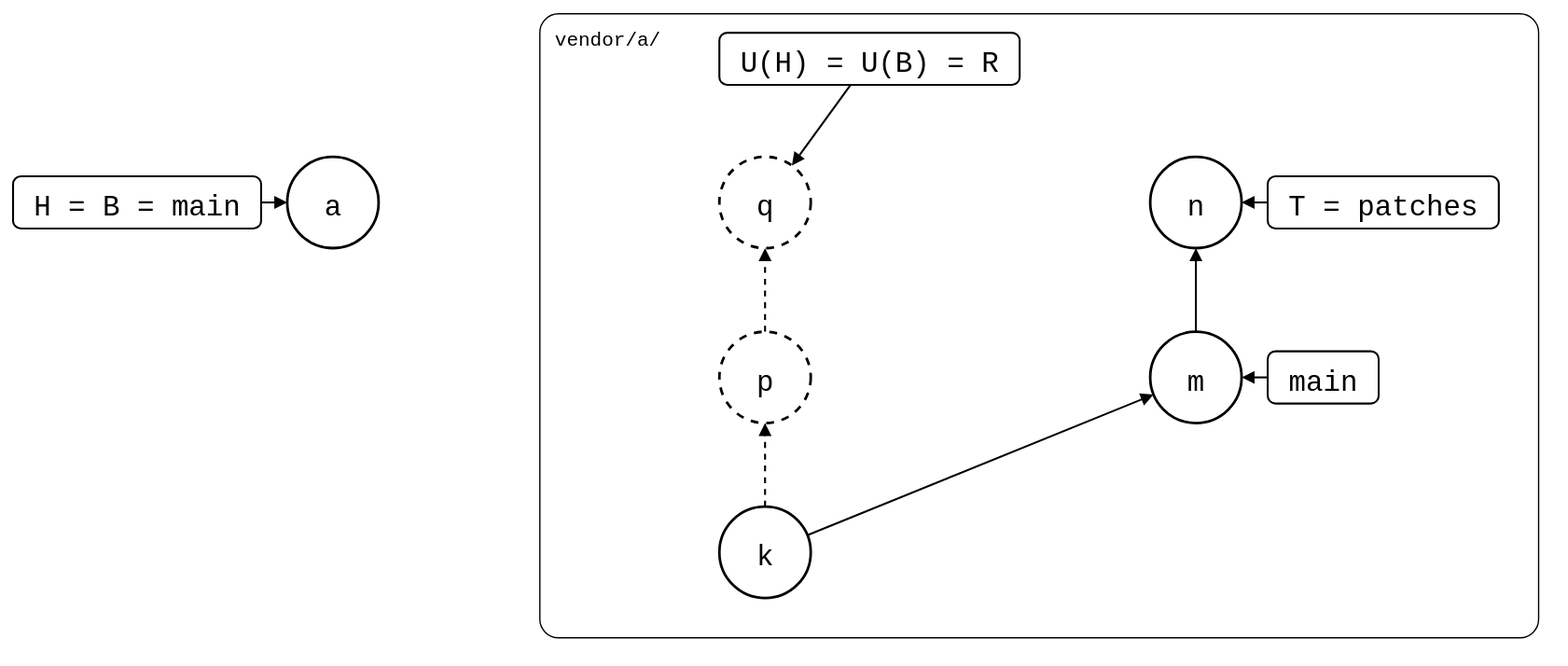
Earlier version of the draw.io export test/scenarios/06-rewritten-history/04-patch-branch-rebased/patch-branch-rebased.drawio.svg (roschaefer/git-splice). Source tidied: cells renumbered, new cells last; positions are measured from the earlier drawing's top-left corner, leaving out a move shared by most shapes.
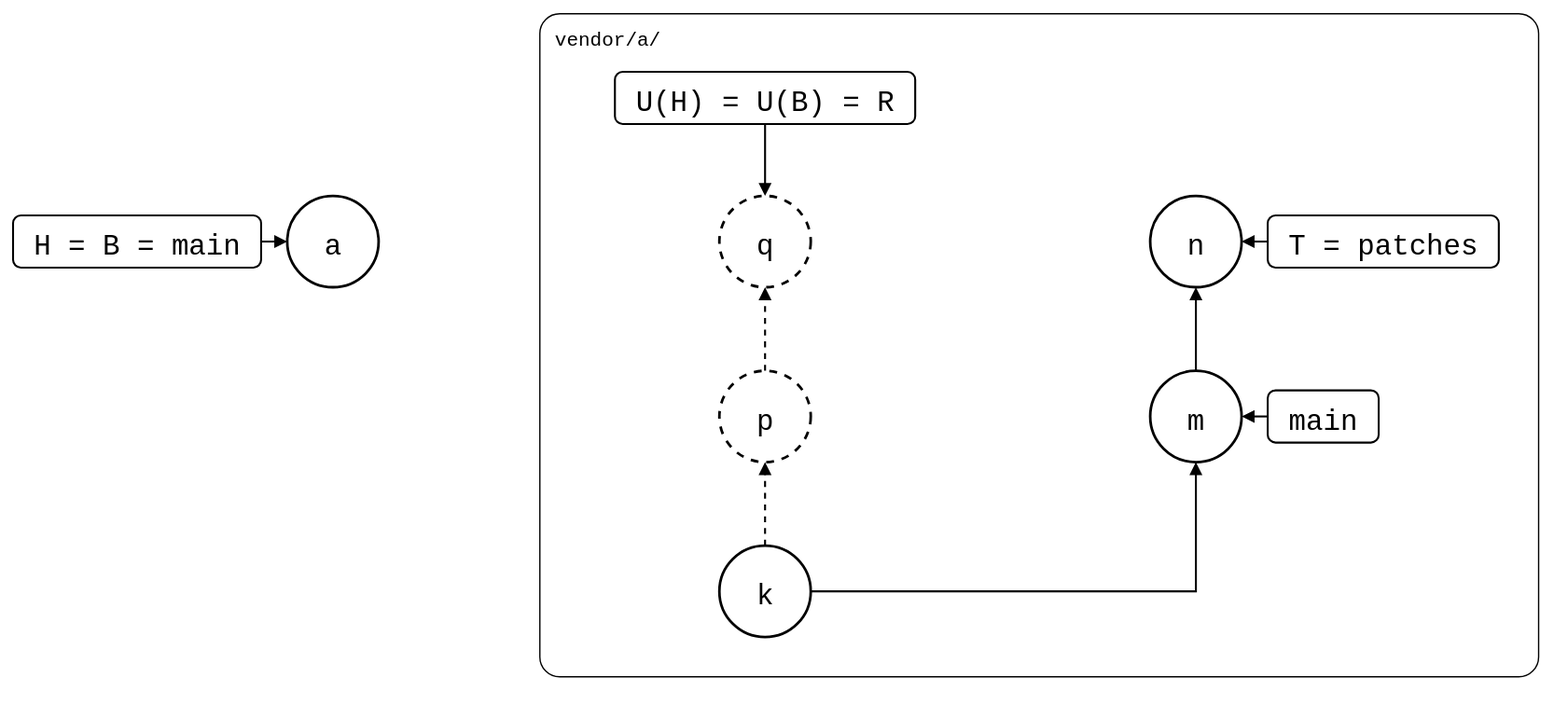
After the commit.

Commit message:
docs(scenarios): draw the patch-branch pages with both patches

The edit, as a diff of the source:
```diff
@@ -3,7 +3,7 @@
     <mxCell id="0" />
     <mxCell id="1" parent="0" />
     <mxCell id="2" value="vendor/a/" style="rounded=1;arcSize=3;fillColor=none;strokeWidth=1;fontSize=15;verticalAlign=top;align=left;spacingLeft=10;spacingTop=4;fontFamily=Roboto Mono,monospace;" parent="1" vertex="1">
-      <mxGeometry x="403" width="765" height="478" as="geometry" />
+      <mxGeometry x="403" y="-30" width="765" height="508" as="geometry" />
     </mxCell>
     <mxCell id="3" value="k" style="ellipse;strokeWidth=2;fontSize=22;fontFamily=Roboto Mono,monospace;" parent="1" vertex="1">
       <mxGeometry x="541" y="378" width="70" height="70" as="geometry" />
@@ -27,7 +27,7 @@
       <mxGeometry y="125" width="190" height="40" as="geometry" />
     </mxCell>
     <mxCell id="10" value="U(H) = U(B) = R" style="rounded=1;strokeWidth=1.5;fontSize=22;fontFamily=Roboto Mono,monospace;" parent="1" vertex="1">
-      <mxGeometry x="541" y="15" width="230" height="40" as="geometry" />
+      <mxGeometry x="461" y="15" width="230" height="40" as="geometry" />
     </mxCell>
     <mxCell id="11" value="main" style="rounded=1;strokeWidth=1.5;fontSize=22;fontFamily=Roboto Mono,monospace;" parent="1" vertex="1">
       <mxGeometry x="961" y="259" width="85" height="40" as="geometry" />
@@ -41,7 +41,7 @@
     <mxCell id="14" style="endArrow=block;endFill=1;html=1;strokeWidth=1.5;rounded=0;dashed=1;" parent="1" edge="1" source="4" target="5">
       <mxGeometry relative="1" as="geometry" />
     </mxCell>
-    <mxCell id="15" style="endArrow=block;endFill=1;html=1;strokeWidth=1.5;rounded=0;" parent="1" edge="1" source="3" target="6">
+    <mxCell id="15" style="edgeStyle=orthogonalEdgeStyle;exitX=1;exitY=0.5;entryX=0.5;entryY=1;endArrow=block;endFill=1;html=1;strokeWidth=1.5;rounded=0;" parent="1" edge="1" source="3" target="6">
       <mxGeometry relative="1" as="geometry" />
     </mxCell>
     <mxCell id="16" style="endArrow=block;endFill=1;html=1;strokeWidth=1.5;rounded=0;" parent="1" edge="1" source="6" target="7">
```
